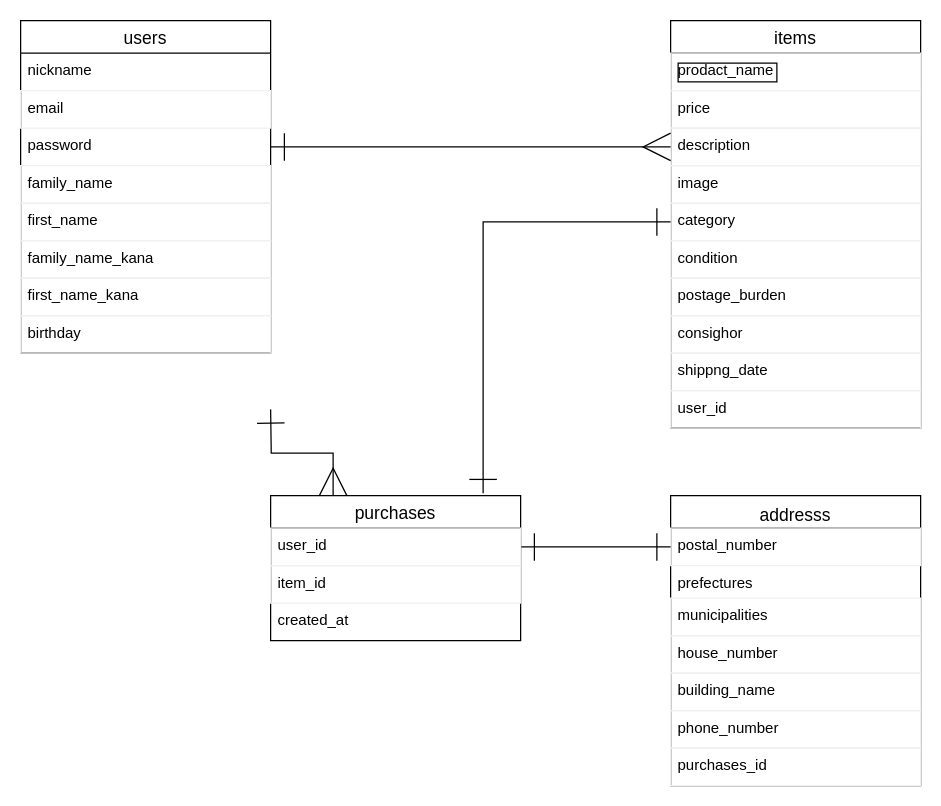
This is test.dio from jikkajikka888/furima-30548, a draw.io file, before an edit. Source tidied: cells renumbered, new cells numbered last; positions are measured from the earlier drawing's top-left corner, leaving out a move shared by most shapes. Both pictures are drawn from the tidied source at 125%, with x=0, y=0 at pixel (20, 20).
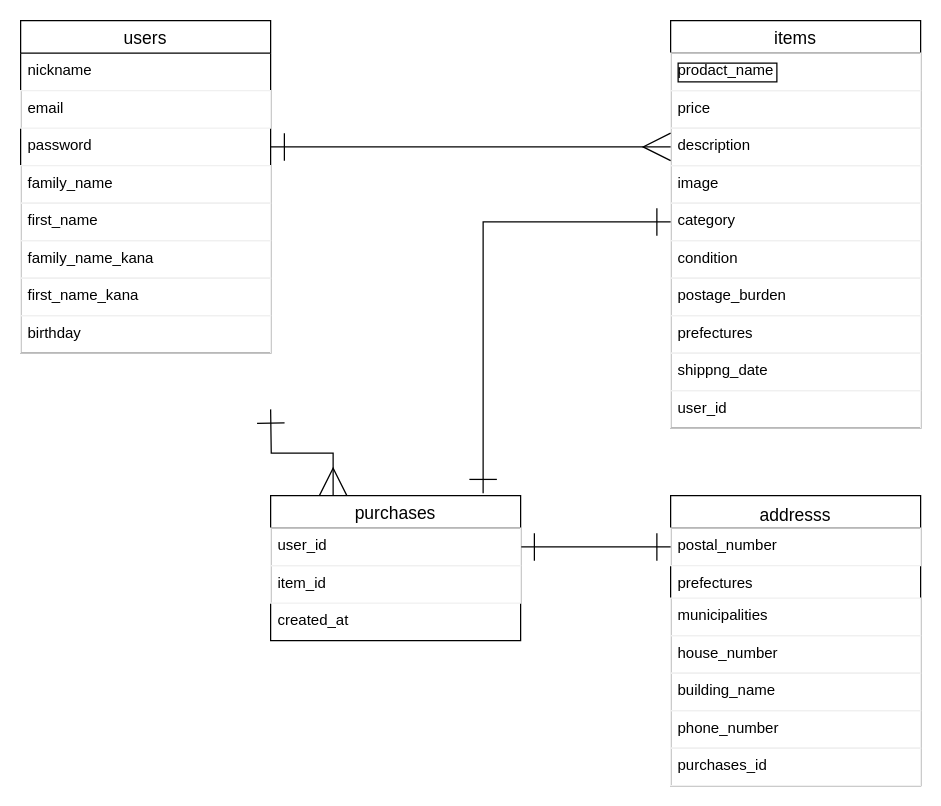
The same page after the edit.

Commit message (it also covers changes not shown here):
都道府県のカラム名を統一

Unchanged cells that the change refers to:
```xml
<mxCell id="2" value="items" style="swimlane;fontStyle=0;horizontal=1;startSize=26;align=center;fontSize=14;" parent="1" vertex="1">
  <mxGeometry x="520" width="200" height="326" as="geometry" />
</mxCell>
```

What changed in the source:
```diff
@@
-    <mxCell id="10" value="consighor" style="text;fillColor=none;spacingLeft=4;spacingRight=4;overflow=hidden;fontSize=12;strokeColor=#f0f0f0;" parent="2" vertex="1">
+    <mxCell id="10" value="prefectures" style="text;fillColor=none;spacingLeft=4;spacingRight=4;overflow=hidden;fontSize=12;strokeColor=#f0f0f0;" parent="2" vertex="1">
       <mxGeometry y="236" width="200" height="30" as="geometry" />
     </mxCell>
```
